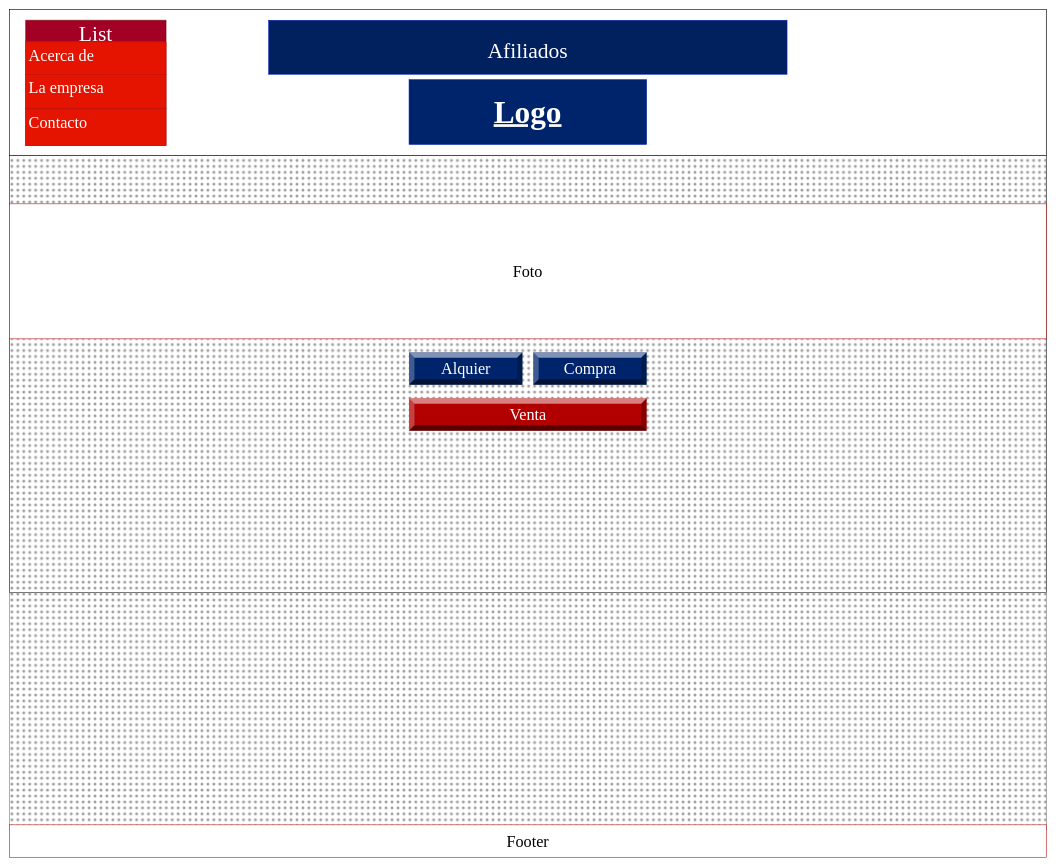
Above: Página-Inicio.drawio in Gusso474/Proyecto-Personal (draw.io), before the change. Source tidied: cells renumbered, new cells numbered last; positions are measured from the earlier drawing's top-left corner, leaving out a move shared by most shapes. Both pictures are drawn from the tidied source at 54%, with x=0, y=0 at pixel (9, 9).
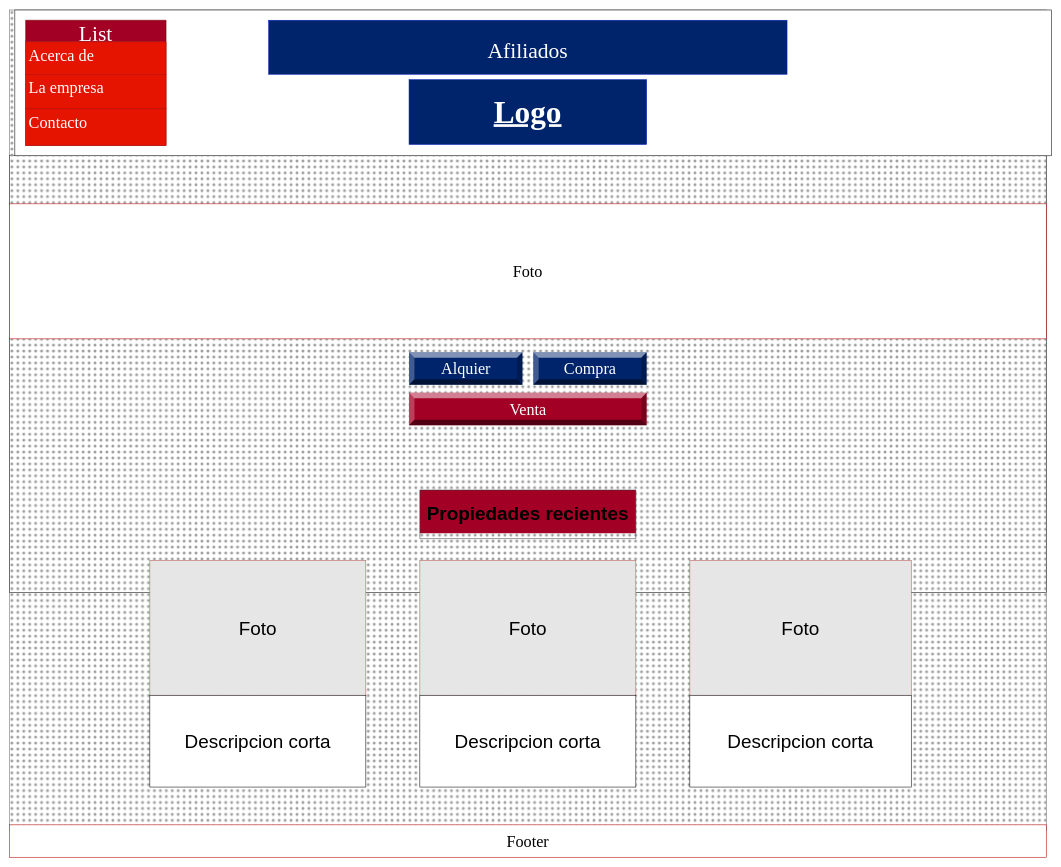
Above is the later version.

Diff of the diagram source:
```diff
@@
     <mxCell id="3" style="rounded=0;whiteSpace=wrap;html=1;fillColor=#9E9E9E;strokeColor=#666666;gradientColor=none;gradientDirection=north;glass=0;shadow=0;sketch=0;fillStyle=dots;" parent="1" vertex="1">
-      <mxGeometry width="1920" height="1520" as="geometry" />
+      <mxGeometry y="1" width="1920" height="1520" as="geometry" />
     </mxCell>
-    <mxCell id="4" style="rounded=0;whiteSpace=wrap;html=1;shadow=0;glass=0;sketch=0;fontFamily=Times New Roman;fontSize=30;gradientDirection=north;" parent="1" vertex="1">
-      <mxGeometry width="1920" height="270" as="geometry" />
+    <mxCell id="4" style="rounded=0;whiteSpace=wrap;html=1;shadow=0;glass=0;sketch=0;fontFamily=Times New Roman;fontSize=30;gradientDirection=north;fillColor=#FFFFFF;" parent="1" vertex="1">
+      <mxGeometry x="10" y="1" width="1920" height="270" as="geometry" />
     </mxCell>
@@
-    <mxCell id="6" value="&lt;font style=&quot;font-size: 40px;&quot;&gt;Afiliados&lt;/font&gt;" style="rounded=0;whiteSpace=wrap;html=1;fontFamily=Times New Roman;fontSize=58;fillColor=#00205E;fontColor=#ffffff;strokeColor=#001DBC;gradientColor=none;" parent="1" vertex="1">
+    <mxCell id="6" value="&lt;font style=&quot;font-size: 40px;&quot;&gt;Afiliados&lt;/font&gt;" style="rounded=0;whiteSpace=wrap;html=1;fontFamily=Times New Roman;fontSize=58;fillColor=#00246B;fontColor=#ffffff;strokeColor=#001DBC;gradientColor=none;" parent="1" vertex="1">
       <mxGeometry x="480" y="20" width="960" height="100" as="geometry" />
     </mxCell>
-    <mxCell id="7" value="List" style="swimlane;fontStyle=0;horizontal=1;startSize=40;fillColor=#a20025;fontFamily=Times New Roman;fontSize=40;strokeColor=#6F0000;fontColor=#ffffff;" parent="1" vertex="1">
+    <mxCell id="7" value="List" style="swimlane;fontStyle=0;horizontal=1;startSize=40;fillColor=#A20025;fontFamily=Times New Roman;fontSize=40;strokeColor=#6F0000;fontColor=#ffffff;" parent="1" vertex="1">
       <mxGeometry x="30" y="20" width="260" height="232" as="geometry" />
     </mxCell>
@@
-    <mxCell id="9" value="La empresa" style="text;strokeColor=#B20000;fillColor=#e51400;align=left;verticalAlign=top;spacingLeft=4;spacingRight=4;overflow=hidden;fontFamily=Times New Roman;fontSize=30;fontColor=#ffffff;gradientColor=none;shadow=0;" parent="7" vertex="1">
+    <mxCell id="9" value="La empresa" style="text;strokeColor=#B20000;fillColor=#E51400;align=left;verticalAlign=top;spacingLeft=4;spacingRight=4;overflow=hidden;fontFamily=Times New Roman;fontSize=30;fontColor=#ffffff;gradientColor=none;shadow=0;" parent="7" vertex="1">
       <mxGeometry y="100" width="260" height="64" as="geometry" />
     </mxCell>
@@
-    <mxCell id="11" value="Alquier" style="labelPosition=center;verticalLabelPosition=middle;align=center;html=1;shape=mxgraph.basic.shaded_button;dx=10;fillColor=#00246B;strokeColor=#6F0000;rounded=0;shadow=0;glass=0;sketch=0;fillStyle=solid;fontFamily=Times New Roman;fontSize=30;fontColor=#ffffff;" parent="1" vertex="1">
+    <mxCell id="11" value="Alquier" style="labelPosition=center;verticalLabelPosition=middle;align=center;html=1;shape=mxgraph.basic.shaded_button;dx=10;fillColor=#00246B;strokeColor=none;rounded=0;shadow=0;glass=0;sketch=0;fillStyle=solid;fontFamily=Times New Roman;fontSize=30;fontColor=#ffffff;" parent="1" vertex="1">
       <mxGeometry x="740" y="635" width="210" height="60" as="geometry" />
     </mxCell>
-    <mxCell id="12" value="Compra" style="labelPosition=center;verticalLabelPosition=middle;align=center;html=1;shape=mxgraph.basic.shaded_button;dx=10;fillColor=#00246B;strokeColor=#6F0000;rounded=0;shadow=0;glass=0;sketch=0;fillStyle=solid;fontFamily=Times New Roman;fontSize=30;fontColor=#ffffff;" parent="1" vertex="1">
+    <mxCell id="12" value="Compra" style="labelPosition=center;verticalLabelPosition=middle;align=center;html=1;shape=mxgraph.basic.shaded_button;dx=10;fillColor=#00246B;strokeColor=none;rounded=0;shadow=0;glass=0;sketch=0;fillStyle=solid;fontFamily=Times New Roman;fontSize=30;fontColor=#ffffff;" parent="1" vertex="1">
       <mxGeometry x="970" y="635" width="210" height="60" as="geometry" />
     </mxCell>
-    <mxCell id="13" value="Venta" style="labelPosition=center;verticalLabelPosition=middle;align=center;html=1;shape=mxgraph.basic.shaded_button;dx=10;fillColor=#B20000;strokeColor=#6F0000;rounded=0;shadow=0;glass=0;sketch=0;fillStyle=solid;fontFamily=Times New Roman;fontSize=30;fontColor=#ffffff;" parent="1" vertex="1">
-      <mxGeometry x="740" y="720" width="440" height="60" as="geometry" />
+    <mxCell id="13" value="Venta" style="labelPosition=center;verticalLabelPosition=middle;align=center;html=1;shape=mxgraph.basic.shaded_button;dx=10;fillColor=#A20025;strokeColor=#6F0000;rounded=0;shadow=0;glass=0;sketch=0;fillStyle=solid;fontFamily=Times New Roman;fontSize=30;fontColor=#ffffff;" parent="1" vertex="1">
+      <mxGeometry x="740" y="710" width="440" height="60" as="geometry" />
     </mxCell>
@@
+    <mxCell id="16" value="Propiedades recientes" style="swimlane;swimlaneLine=0;fillColor=#A20025;strokeColor=#36393d;fillStyle=auto;startSize=80;fontSize=35;" parent="1" vertex="1">
+      <mxGeometry x="760" y="890" width="400" height="90" as="geometry" />
+    </mxCell>
+    <mxCell id="17" value="Foto" style="rounded=0;whiteSpace=wrap;html=1;fillStyle=solid;fontSize=35;fillColor=#E6E6E6;strokeColor=#b85450;gradientColor=none;" parent="1" vertex="1">
+      <mxGeometry x="260" y="1020" width="400" height="250" as="geometry" />
+    </mxCell>
+    <mxCell id="18" value="Foto" style="rounded=0;whiteSpace=wrap;html=1;fillStyle=solid;fontSize=35;fillColor=#E6E6E6;strokeColor=#b85450;gradientColor=none;" parent="1" vertex="1">
+      <mxGeometry x="760" y="1020" width="400" height="250" as="geometry" />
+    </mxCell>
+    <mxCell id="19" value="Foto" style="rounded=0;whiteSpace=wrap;html=1;fillStyle=solid;fontSize=35;fillColor=#E6E6E6;strokeColor=#b85450;gradientColor=none;" parent="1" vertex="1">
+      <mxGeometry x="1260" y="1020" width="410" height="250" as="geometry" />
+    </mxCell>
+    <mxCell id="20" value="Descripcion corta" style="rounded=0;whiteSpace=wrap;html=1;fillStyle=solid;strokeColor=default;fontSize=35;fillColor=#FFFFFF;gradientColor=none;" parent="1" vertex="1">
+      <mxGeometry x="260" y="1270" width="400" height="170" as="geometry" />
+    </mxCell>
+    <mxCell id="21" value="Descripcion corta" style="rounded=0;whiteSpace=wrap;html=1;fillStyle=solid;strokeColor=default;fontSize=35;fillColor=#FFFFFF;gradientColor=none;" parent="1" vertex="1">
+      <mxGeometry x="760" y="1270" width="400" height="170" as="geometry" />
+    </mxCell>
+    <mxCell id="22" value="Descripcion corta" style="rounded=0;whiteSpace=wrap;html=1;fillStyle=solid;strokeColor=default;fontSize=35;fillColor=#FFFFFF;gradientColor=none;" parent="1" vertex="1">
+      <mxGeometry x="1260" y="1270" width="410" height="170" as="geometry" />
+    </mxCell>
```
